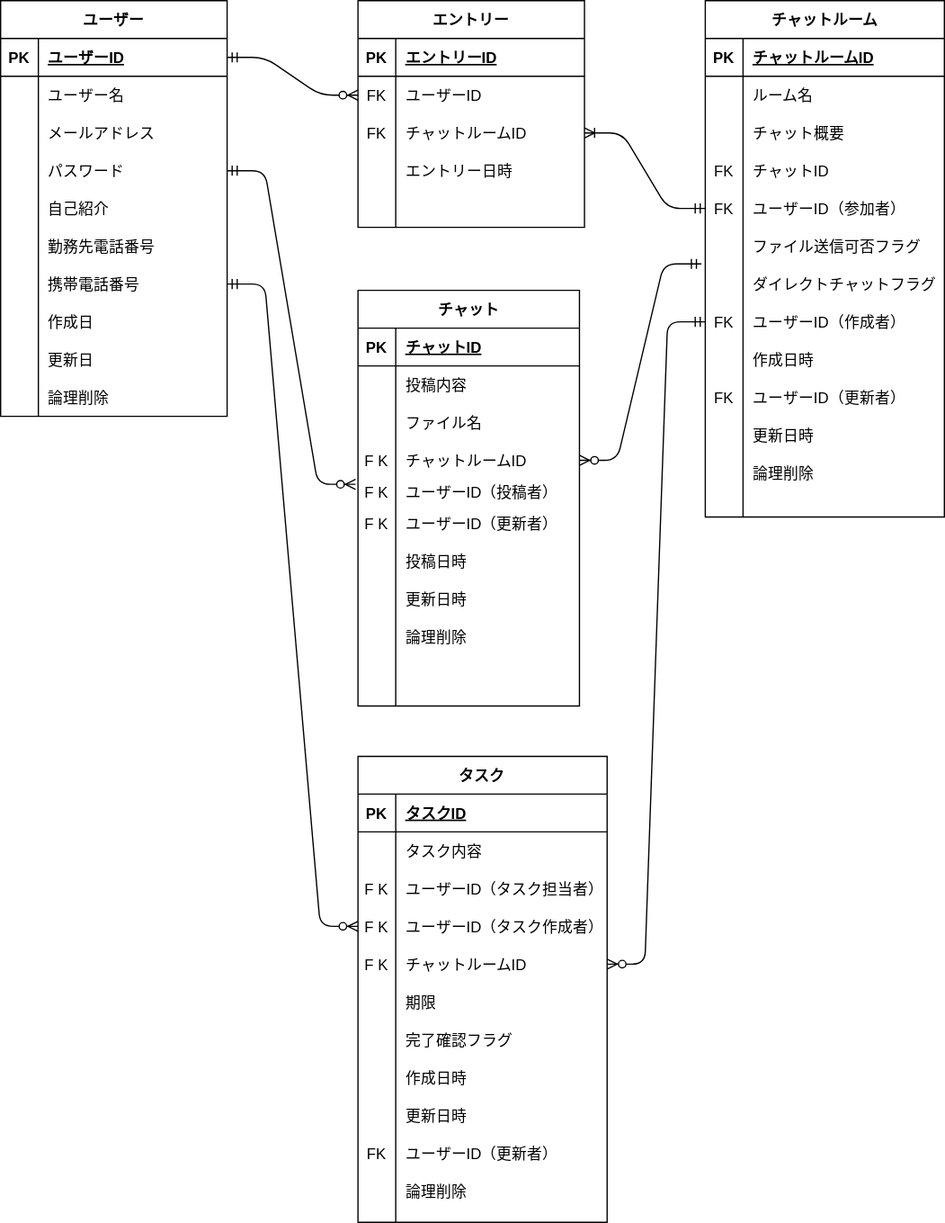
Theo08100404/codegym-db keeps this draw.io diagram as db/db-challenge1/ERDiagram.drawio.svg. Above is the earlier version. Source tidied: cells renumbered, new cells last; positions are measured from the earlier drawing's top-left corner, leaving out a move shared by most shapes.
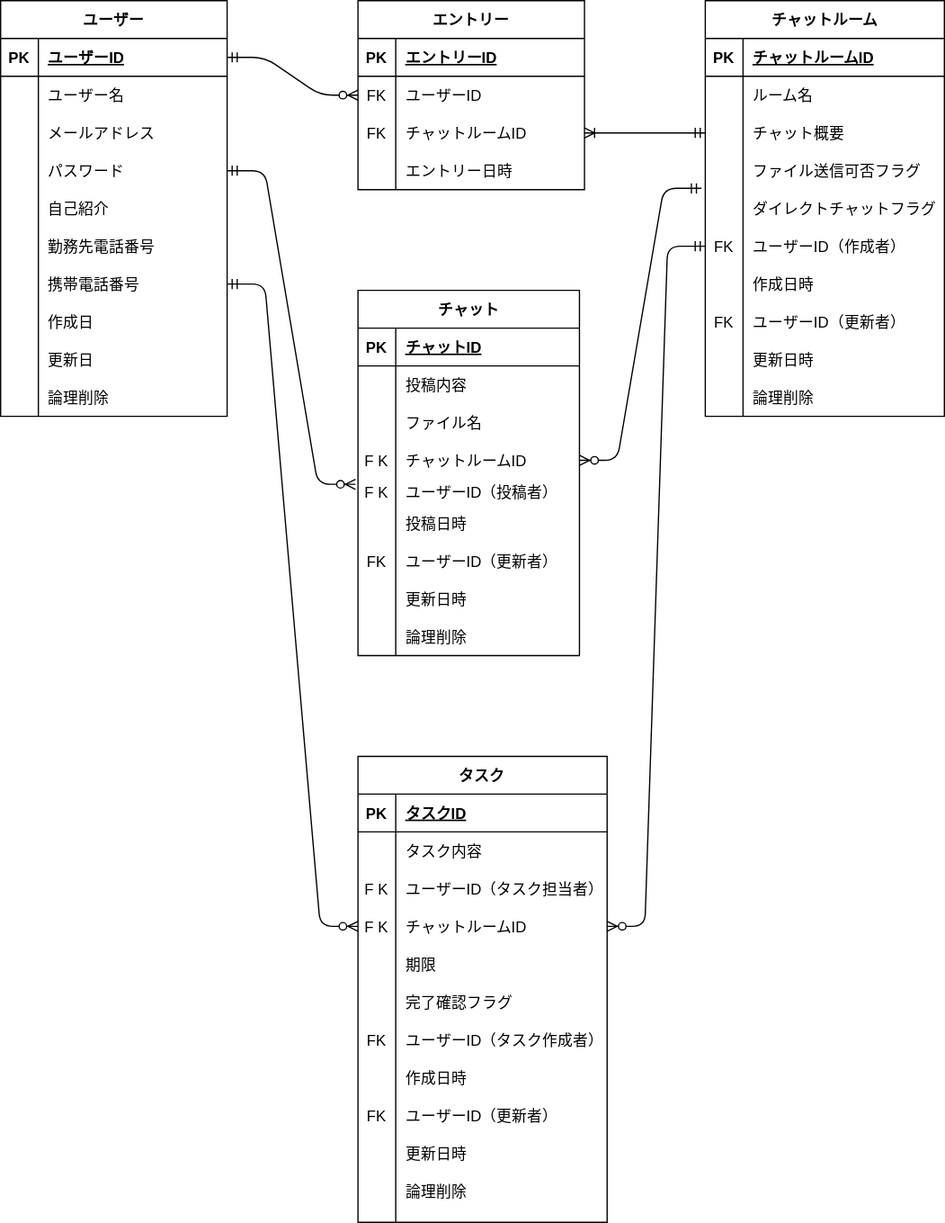
The same file after the commit.

Commit message:
コメント分修正2

What changed in the source:
```diff
@@ -98,3 +98,3 @@
     <mxCell id="33" value="チャットルーム" style="shape=table;startSize=30;rowLines=0;fontStyle=1;align=center;" parent="1" vertex="1">
-      <mxGeometry x="560" width="190" height="410" as="geometry" />
+      <mxGeometry x="560" width="190" height="330" as="geometry" />
     </mxCell>
@@ -127,22 +127,4 @@
     </mxCell>
-    <mxCell id="43" style="shape=partialRectangle;fillColor=none;top=0;left=0;bottom=0;right=0;" parent="33" vertex="1">
-      <mxGeometry y="120" width="190" height="30" as="geometry" />
-    </mxCell>
-    <mxCell id="44" value="FK" style="shape=partialRectangle;fillColor=none;top=0;left=0;bottom=0;right=0;overflow=hidden;" parent="43" vertex="1">
-      <mxGeometry width="30" height="30" as="geometry" />
-    </mxCell>
-    <mxCell id="45" value="チャットID" style="shape=partialRectangle;fillColor=none;top=0;left=0;bottom=0;right=0;align=left;spacingLeft=6;overflow=hidden;" parent="43" vertex="1">
-      <mxGeometry x="30" width="160" height="30" as="geometry" />
-    </mxCell>
-    <mxCell id="46" style="shape=partialRectangle;fillColor=none;top=0;left=0;bottom=0;right=0;points=[[0,0.5],[1,0.5]];portConstraint=eastwest;" parent="33" vertex="1">
-      <mxGeometry y="150" width="190" height="30" as="geometry" />
-    </mxCell>
-    <mxCell id="47" value="FK" style="shape=partialRectangle;fillColor=none;top=0;left=0;bottom=0;right=0;overflow=hidden;" parent="46" vertex="1">
-      <mxGeometry width="30" height="30" as="geometry" />
-    </mxCell>
-    <mxCell id="48" value="ユーザーID（参加者）" style="shape=partialRectangle;fillColor=none;top=0;left=0;bottom=0;right=0;align=left;spacingLeft=6;overflow=hidden;" parent="46" vertex="1">
-      <mxGeometry x="30" width="160" height="30" as="geometry" />
-    </mxCell>
     <mxCell id="49" style="shape=partialRectangle;fillColor=none;top=0;left=0;bottom=0;right=0;" parent="33" vertex="1">
-      <mxGeometry y="180" width="190" height="30" as="geometry" />
+      <mxGeometry y="120" width="190" height="30" as="geometry" />
     </mxCell>
@@ -155,3 +137,3 @@
     <mxCell id="52" style="shape=partialRectangle;fillColor=none;top=0;left=0;bottom=0;right=0;points=[[0,0.5],[1,0.5]];portConstraint=eastwest;" parent="33" vertex="1">
-      <mxGeometry y="210" width="190" height="30" as="geometry" />
+      <mxGeometry y="150" width="190" height="30" as="geometry" />
     </mxCell>
@@ -164,3 +146,3 @@
     <mxCell id="55" style="shape=partialRectangle;fillColor=none;top=0;left=0;bottom=0;right=0;points=[[0,0.5],[1,0.5]];portConstraint=eastwest;" parent="33" vertex="1">
-      <mxGeometry y="240" width="190" height="30" as="geometry" />
+      <mxGeometry y="180" width="190" height="30" as="geometry" />
     </mxCell>
@@ -173,3 +155,3 @@
     <mxCell id="58" style="shape=partialRectangle;fillColor=none;top=0;left=0;bottom=0;right=0;" parent="33" vertex="1">
-      <mxGeometry y="270" width="190" height="30" as="geometry" />
+      <mxGeometry y="210" width="190" height="30" as="geometry" />
     </mxCell>
@@ -182,3 +164,3 @@
     <mxCell id="61" style="shape=partialRectangle;fillColor=none;top=0;left=0;bottom=0;right=0;" parent="33" vertex="1">
-      <mxGeometry y="300" width="190" height="30" as="geometry" />
+      <mxGeometry y="240" width="190" height="30" as="geometry" />
     </mxCell>
@@ -191,3 +173,3 @@
     <mxCell id="64" style="shape=partialRectangle;fillColor=none;top=0;left=0;bottom=0;right=0;" parent="33" vertex="1">
-      <mxGeometry y="330" width="190" height="30" as="geometry" />
+      <mxGeometry y="270" width="190" height="30" as="geometry" />
     </mxCell>
@@ -200,3 +182,3 @@
     <mxCell id="67" style="shape=partialRectangle;fillColor=none;top=0;left=0;bottom=0;right=0;" parent="33" vertex="1">
-      <mxGeometry y="360" width="190" height="30" as="geometry" />
+      <mxGeometry y="300" width="190" height="30" as="geometry" />
     </mxCell>
@@ -208,11 +190,2 @@
     </mxCell>
-    <mxCell id="70" style="shape=partialRectangle;fillColor=none;top=0;left=0;bottom=0;right=0;" parent="33" vertex="1">
-      <mxGeometry y="390" width="190" height="20" as="geometry" />
-    </mxCell>
-    <mxCell id="71" style="shape=partialRectangle;fillColor=none;top=0;left=0;bottom=0;right=0;overflow=hidden;" parent="70" vertex="1">
-      <mxGeometry width="30" height="20" as="geometry" />
-    </mxCell>
-    <mxCell id="72" style="shape=partialRectangle;fillColor=none;top=0;left=0;bottom=0;right=0;align=left;spacingLeft=6;overflow=hidden;" parent="70" vertex="1">
-      <mxGeometry x="30" width="160" height="20" as="geometry" />
-    </mxCell>
     <mxCell id="73" value="タスク" style="shape=table;startSize=30;rowLines=0;fontStyle=1;align=center;" parent="1" vertex="1">
@@ -247,13 +220,4 @@
     </mxCell>
-    <mxCell id="83" style="shape=partialRectangle;fillColor=none;top=0;left=0;bottom=0;right=0;points=[[0,0.5],[1,0.5]];portConstraint=eastwest;" parent="73" vertex="1">
-      <mxGeometry y="120" width="198" height="30" as="geometry" />
-    </mxCell>
-    <mxCell id="84" value="F K" style="shape=partialRectangle;fillColor=none;top=0;left=0;bottom=0;right=0;overflow=hidden;" parent="83" vertex="1">
-      <mxGeometry width="30" height="30" as="geometry" />
-    </mxCell>
-    <mxCell id="85" value="ユーザーID（タスク作成者）" style="shape=partialRectangle;fillColor=none;top=0;left=0;bottom=0;right=0;align=left;spacingLeft=6;overflow=hidden;" parent="83" vertex="1">
-      <mxGeometry x="30" width="168" height="30" as="geometry" />
-    </mxCell>
     <mxCell id="86" style="shape=partialRectangle;fillColor=none;top=0;left=0;bottom=0;right=0;points=[[0,0.5],[1,0.5]];portConstraint=eastwest;" parent="73" vertex="1">
-      <mxGeometry y="150" width="198" height="30" as="geometry" />
+      <mxGeometry y="120" width="198" height="30" as="geometry" />
     </mxCell>
@@ -266,3 +230,3 @@
     <mxCell id="89" style="shape=partialRectangle;fillColor=none;top=0;left=0;bottom=0;right=0;" parent="73" vertex="1">
-      <mxGeometry y="180" width="198" height="30" as="geometry" />
+      <mxGeometry y="150" width="198" height="30" as="geometry" />
     </mxCell>
@@ -275,3 +239,3 @@
     <mxCell id="92" style="shape=partialRectangle;fillColor=none;top=0;left=0;bottom=0;right=0;" parent="73" vertex="1">
-      <mxGeometry y="210" width="198" height="30" as="geometry" />
+      <mxGeometry y="180" width="198" height="30" as="geometry" />
     </mxCell>
@@ -283,2 +247,11 @@
     </mxCell>
+    <mxCell id="157" style="shape=partialRectangle;fillColor=none;top=0;left=0;bottom=0;right=0;" parent="73" vertex="1">
+      <mxGeometry y="210" width="198" height="30" as="geometry" />
+    </mxCell>
+    <mxCell id="158" value="FK" style="shape=partialRectangle;fillColor=none;top=0;left=0;bottom=0;right=0;overflow=hidden;" parent="157" vertex="1">
+      <mxGeometry width="30" height="30" as="geometry" />
+    </mxCell>
+    <mxCell id="85" value="ユーザーID（タスク作成者）" style="shape=partialRectangle;fillColor=none;top=0;left=0;bottom=0;right=0;align=left;spacingLeft=6;overflow=hidden;" parent="157" vertex="1">
+      <mxGeometry x="30" width="168" height="30" as="geometry" />
+    </mxCell>
     <mxCell id="95" style="shape=partialRectangle;fillColor=none;top=0;left=0;bottom=0;right=0;" parent="73" vertex="1">
@@ -292,4 +265,13 @@
     </mxCell>
+    <mxCell id="159" style="shape=partialRectangle;fillColor=none;top=0;left=0;bottom=0;right=0;" parent="73" vertex="1">
+      <mxGeometry y="270" width="198" height="30" as="geometry" />
+    </mxCell>
+    <mxCell id="160" value="FK" style="shape=partialRectangle;fillColor=none;top=0;left=0;bottom=0;right=0;overflow=hidden;" parent="159" vertex="1">
+      <mxGeometry width="30" height="30" as="geometry" />
+    </mxCell>
+    <mxCell id="103" value="ユーザーID（更新者）" style="shape=partialRectangle;fillColor=none;top=0;left=0;bottom=0;right=0;align=left;spacingLeft=6;overflow=hidden;" parent="159" vertex="1">
+      <mxGeometry x="30" width="168" height="30" as="geometry" />
+    </mxCell>
     <mxCell id="98" style="shape=partialRectangle;fillColor=none;top=0;left=0;bottom=0;right=0;" parent="73" vertex="1">
-      <mxGeometry y="270" width="198" height="30" as="geometry" />
+      <mxGeometry y="300" width="198" height="30" as="geometry" />
     </mxCell>
@@ -301,11 +283,2 @@
     </mxCell>
-    <mxCell id="101" style="shape=partialRectangle;fillColor=none;top=0;left=0;bottom=0;right=0;" parent="73" vertex="1">
-      <mxGeometry y="300" width="198" height="30" as="geometry" />
-    </mxCell>
-    <mxCell id="102" value="FK" style="shape=partialRectangle;fillColor=none;top=0;left=0;bottom=0;right=0;overflow=hidden;" parent="101" vertex="1">
-      <mxGeometry width="30" height="30" as="geometry" />
-    </mxCell>
-    <mxCell id="103" value="ユーザーID（更新者）" style="shape=partialRectangle;fillColor=none;top=0;left=0;bottom=0;right=0;align=left;spacingLeft=6;overflow=hidden;" parent="101" vertex="1">
-      <mxGeometry x="30" width="168" height="30" as="geometry" />
-    </mxCell>
     <mxCell id="104" style="shape=partialRectangle;fillColor=none;top=0;left=0;bottom=0;right=0;" parent="73" vertex="1">
@@ -320,3 +293,3 @@
     <mxCell id="107" value="チャット" style="shape=table;startSize=30;rowLines=0;fontStyle=1;align=center;" parent="1" vertex="1">
-      <mxGeometry x="284" y="230" width="176" height="330" as="geometry" />
+      <mxGeometry x="284" y="230" width="176" height="290" as="geometry" />
     </mxCell>
@@ -367,13 +340,4 @@
     </mxCell>
-    <mxCell id="123" style="shape=partialRectangle;fillColor=none;top=0;left=0;bottom=0;right=0;" parent="107" vertex="1">
-      <mxGeometry y="170" width="176" height="30" as="geometry" />
-    </mxCell>
-    <mxCell id="124" value="F K" style="shape=partialRectangle;fillColor=none;top=0;left=0;bottom=0;right=0;overflow=hidden;" parent="123" vertex="1">
-      <mxGeometry width="30" height="30" as="geometry" />
-    </mxCell>
-    <mxCell id="125" value="ユーザーID（更新者）" style="shape=partialRectangle;fillColor=none;top=0;left=0;bottom=0;right=0;align=left;spacingLeft=6;overflow=hidden;" parent="123" vertex="1">
-      <mxGeometry x="30" width="146" height="30" as="geometry" />
-    </mxCell>
     <mxCell id="126" style="shape=partialRectangle;fillColor=none;top=0;left=0;bottom=0;right=0;" parent="107" vertex="1">
-      <mxGeometry y="200" width="176" height="30" as="geometry" />
+      <mxGeometry y="170" width="176" height="30" as="geometry" />
     </mxCell>
@@ -385,2 +349,11 @@
     </mxCell>
+    <mxCell id="161" style="shape=partialRectangle;fillColor=none;top=0;left=0;bottom=0;right=0;" parent="107" vertex="1">
+      <mxGeometry y="200" width="176" height="30" as="geometry" />
+    </mxCell>
+    <mxCell id="162" value="FK" style="shape=partialRectangle;fillColor=none;top=0;left=0;bottom=0;right=0;overflow=hidden;" parent="161" vertex="1">
+      <mxGeometry width="30" height="30" as="geometry" />
+    </mxCell>
+    <mxCell id="125" value="ユーザーID（更新者）" style="shape=partialRectangle;fillColor=none;top=0;left=0;bottom=0;right=0;align=left;spacingLeft=6;overflow=hidden;" parent="161" vertex="1">
+      <mxGeometry x="30" width="146" height="30" as="geometry" />
+    </mxCell>
     <mxCell id="129" style="shape=partialRectangle;fillColor=none;top=0;left=0;bottom=0;right=0;" parent="107" vertex="1">
@@ -404,3 +377,3 @@
     <mxCell id="135" value="エントリー" style="shape=table;startSize=30;rowLines=0;fontStyle=1;align=center;shadow=0;" parent="1" vertex="1">
-      <mxGeometry x="284" width="180" height="180" as="geometry" />
+      <mxGeometry x="284" width="180" height="150" as="geometry" />
     </mxCell>
@@ -442,11 +415,2 @@
     </mxCell>
-    <mxCell id="148" style="shape=partialRectangle;fillColor=none;top=0;left=0;bottom=0;right=0;" parent="135" vertex="1">
-      <mxGeometry y="150" width="180" height="30" as="geometry" />
-    </mxCell>
-    <mxCell id="149" style="shape=partialRectangle;fillColor=none;top=0;left=0;bottom=0;right=0;overflow=hidden;" parent="148" vertex="1">
-      <mxGeometry width="30" height="30" as="geometry" />
-    </mxCell>
-    <mxCell id="150" style="shape=partialRectangle;fillColor=none;top=0;left=0;bottom=0;right=0;align=left;spacingLeft=6;overflow=hidden;" parent="148" vertex="1">
-      <mxGeometry x="30" width="150" height="30" as="geometry" />
-    </mxCell>
     <mxCell id="151" style="edgeStyle=entityRelationEdgeStyle;fontSize=12;html=1;endArrow=ERzeroToMany;startArrow=ERmandOne;entryX=0;entryY=0.5;entryDx=0;entryDy=0;" parent="1" edge="1" target="139">
@@ -456,3 +420,3 @@
     </mxCell>
-    <mxCell id="152" style="edgeStyle=entityRelationEdgeStyle;fontSize=12;html=1;endArrow=ERoneToMany;startArrow=ERmandOne;exitX=0;exitY=0.5;exitDx=0;exitDy=0;" parent="1" edge="1" source="46" target="142">
+    <mxCell id="152" style="edgeStyle=entityRelationEdgeStyle;fontSize=12;html=1;endArrow=ERoneToMany;startArrow=ERmandOne;exitX=0;exitY=0.5;exitDx=0;exitDy=0;" parent="1" edge="1" source="40" target="142">
       <mxGeometry relative="1" as="geometry" />
@@ -468,4 +432,6 @@
     </mxCell>
-    <mxCell id="156" style="edgeStyle=entityRelationEdgeStyle;fontSize=12;html=1;endArrow=ERzeroToMany;startArrow=ERmandOne;exitX=1;exitY=0.5;exitDx=0;exitDy=0;entryX=0;entryY=0.5;entryDx=0;entryDy=0;" parent="1" edge="1" source="21" target="83">
-      <mxGeometry relative="1" as="geometry" />
+    <mxCell id="156" style="edgeStyle=entityRelationEdgeStyle;fontSize=12;html=1;endArrow=ERzeroToMany;startArrow=ERmandOne;exitX=1;exitY=0.5;exitDx=0;exitDy=0;entryX=0;entryY=0.5;entryDx=0;entryDy=0;" parent="1" edge="1" source="21">
+      <mxGeometry relative="1" as="geometry">
+        <mxPoint x="284" y="735" as="targetPoint" />
+      </mxGeometry>
     </mxCell>
```
